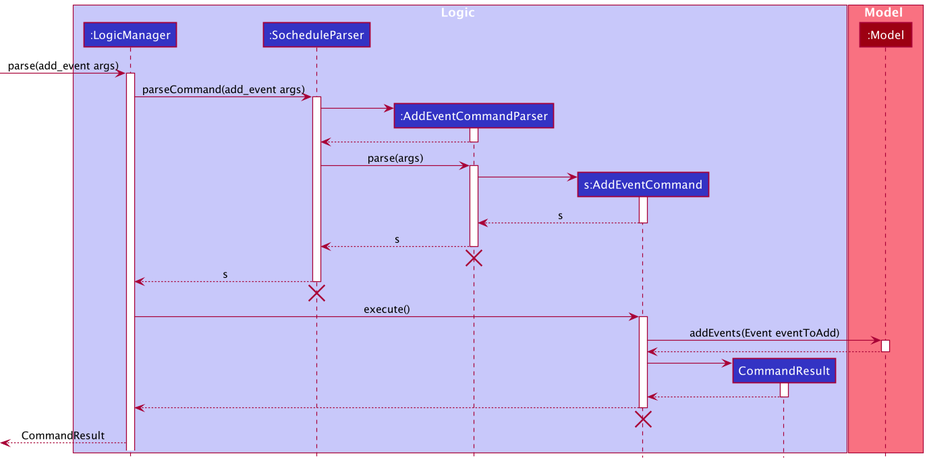
nus-cs2103-AY2021S2/tp keeps this PlantUML diagram as docs/images/AddEventCommandSequenceDiagram.png. Above is the earlier version.
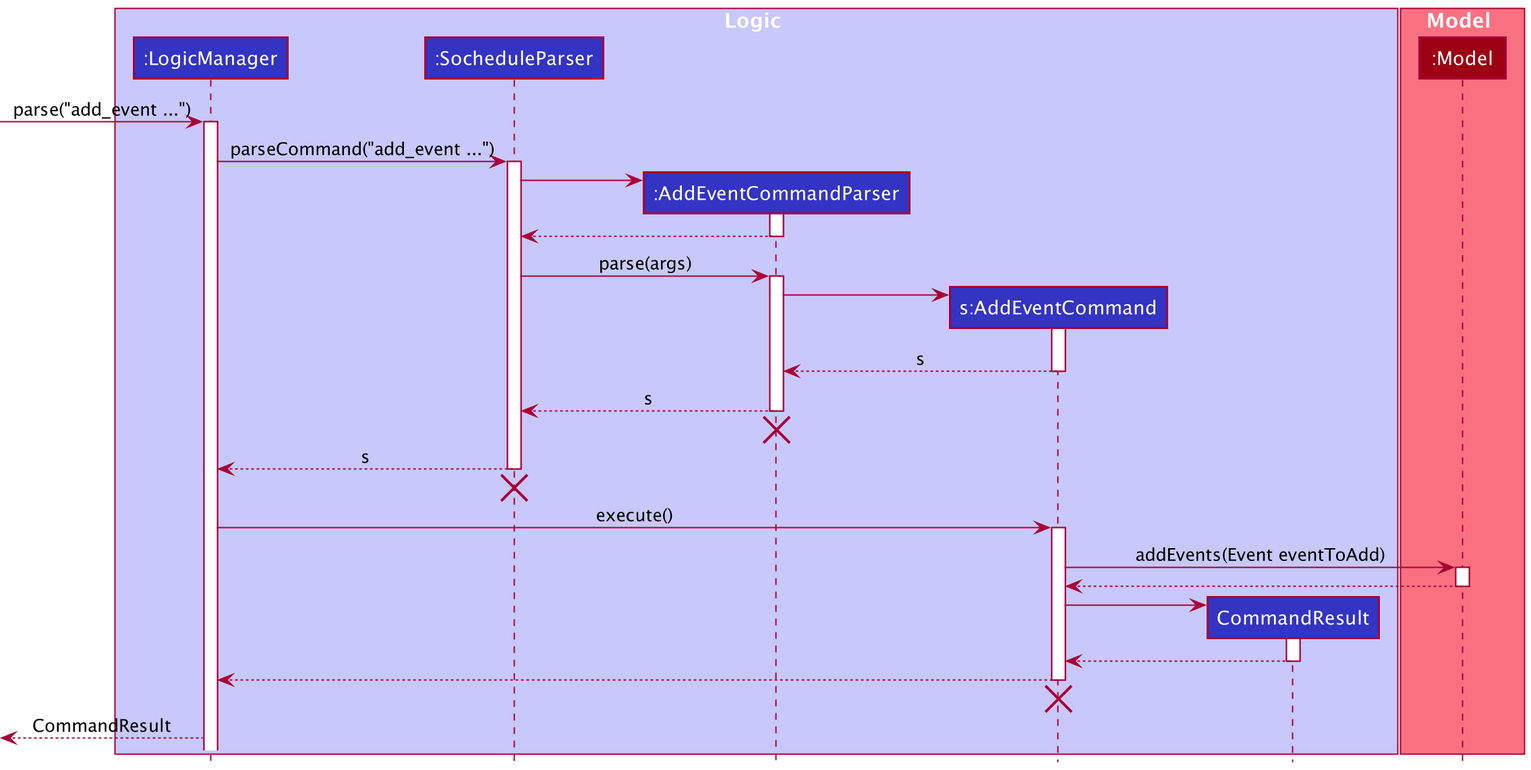
After the change.

Commit message:
Standardise Sequence Diagram

Diff of the diagram source:
```diff
@@ -13,10 +13,10 @@
 participant ":Model" as Model MODEL_COLOR
 end box
 
-[-> LogicManager : parse(add_event args)
+[-> LogicManager : parse("add_event ...")
 activate LogicManager
 
-LogicManager -> SocheduleParser : parseCommand(add_event args)
+LogicManager -> SocheduleParser : parseCommand("add_event ...")
 activate SocheduleParser
 
 create AddEventCommandParser
```
